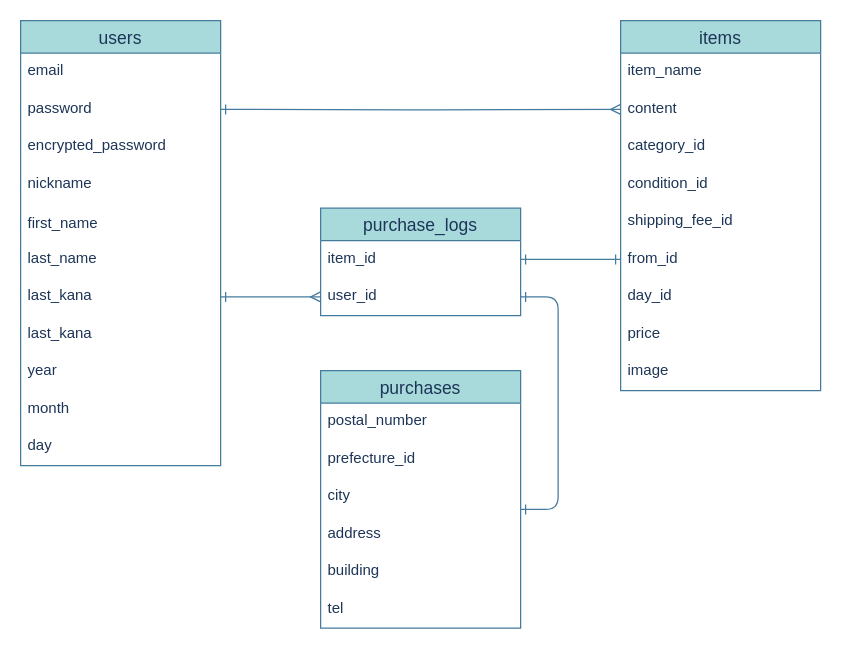
Before: ER.dio in saraya103/furima-35195, a draw.io diagram. Source tidied: cells renumbered, new cells numbered last; positions are measured from the earlier drawing's top-left corner, leaving out a move shared by most shapes. Both pictures are drawn from the tidied source at 125%, with x=0, y=0 at pixel (20, 20).
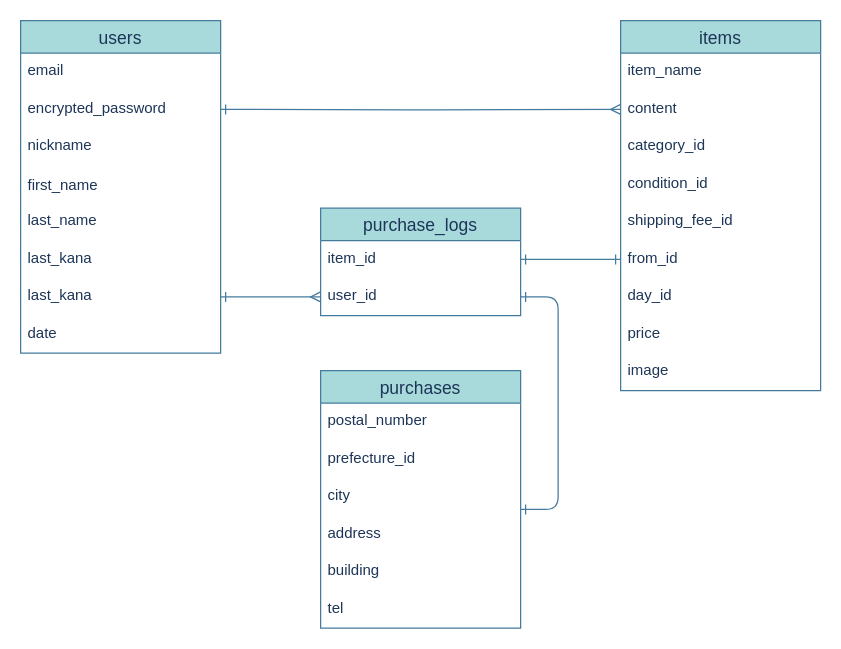
Above is the later version.

Unchanged cells that the change refers to:
```xml
<mxCell id="26" value="user_id" style="text;strokeColor=none;fillColor=none;spacingLeft=4;spacingRight=4;overflow=hidden;points=[[0,0.5],[1,0.5]];portConstraint=eastwest;fontSize=12;fontColor=#1D3557;" parent="24" vertex="1">
  <mxGeometry y="56" width="160" height="30" as="geometry" />
</mxCell>
```

Diff of the diagram source:
```diff
@@
     <mxCell id="2" value="users" style="swimlane;fontStyle=0;horizontal=1;startSize=26;align=center;fontSize=14;fillColor=#A8DADC;strokeColor=#457B9D;fontColor=#1D3557;swimlaneFillColor=#ffffff;" parent="1" vertex="1">
-      <mxGeometry width="160" height="356" as="geometry" />
+      <mxGeometry width="160" height="266" as="geometry" />
     </mxCell>
@@
-    <mxCell id="4" value="password" style="text;strokeColor=none;fillColor=none;spacingLeft=4;spacingRight=4;overflow=hidden;fontSize=12;fontColor=#1D3557;" parent="2" vertex="1">
-      <mxGeometry y="56" width="160" height="30" as="geometry" />
-    </mxCell>
     <mxCell id="5" value="encrypted_password" style="text;strokeColor=none;fillColor=none;spacingLeft=4;spacingRight=4;overflow=hidden;fontSize=12;fontColor=#1D3557;" parent="2" vertex="1">
-      <mxGeometry y="86" width="160" height="30" as="geometry" />
+      <mxGeometry y="56" width="160" height="30" as="geometry" />
     </mxCell>
     <mxCell id="6" value="nickname" style="text;strokeColor=none;fillColor=none;spacingLeft=4;spacingRight=4;overflow=hidden;fontSize=12;fontColor=#1D3557;" parent="2" vertex="1">
-      <mxGeometry y="116" width="160" height="30" as="geometry" />
+      <mxGeometry y="86" width="160" height="30" as="geometry" />
     </mxCell>
     <mxCell id="7" value="first_name" style="text;strokeColor=none;fillColor=none;spacingLeft=4;spacingRight=4;overflow=hidden;fontSize=12;fontColor=#1D3557;spacingTop=2;spacingBottom=1;shadow=1;" parent="2" vertex="1">
-      <mxGeometry y="146" width="160" height="30" as="geometry" />
+      <mxGeometry y="116" width="160" height="30" as="geometry" />
     </mxCell>
     <mxCell id="8" value="last_name" style="text;strokeColor=none;fillColor=none;spacingLeft=4;spacingRight=4;overflow=hidden;fontSize=12;fontColor=#1D3557;" parent="2" vertex="1">
-      <mxGeometry y="176" width="160" height="30" as="geometry" />
+      <mxGeometry y="146" width="160" height="30" as="geometry" />
     </mxCell>
     <mxCell id="9" value="last_kana" style="text;strokeColor=none;fillColor=none;spacingLeft=4;spacingRight=4;overflow=hidden;points=[[0,0.5],[1,0.5]];portConstraint=eastwest;fontSize=12;fontColor=#1D3557;" parent="2" vertex="1">
-      <mxGeometry y="206" width="160" height="30" as="geometry" />
+      <mxGeometry y="176" width="160" height="30" as="geometry" />
     </mxCell>
     <mxCell id="10" value="last_kana" style="text;strokeColor=none;fillColor=none;spacingLeft=4;spacingRight=4;overflow=hidden;points=[[0,0.5],[1,0.5]];portConstraint=eastwest;fontSize=12;fontColor=#1D3557;" parent="2" vertex="1">
-      <mxGeometry y="236" width="160" height="30" as="geometry" />
+      <mxGeometry y="206" width="160" height="30" as="geometry" />
     </mxCell>
-    <mxCell id="11" value="year" style="text;strokeColor=none;fillColor=none;spacingLeft=4;spacingRight=4;overflow=hidden;fontSize=12;fontColor=#1D3557;" parent="2" vertex="1">
-      <mxGeometry y="266" width="160" height="30" as="geometry" />
+    <mxCell id="11" value="date" style="text;strokeColor=none;fillColor=none;spacingLeft=4;spacingRight=4;overflow=hidden;fontSize=12;fontColor=#1D3557;" parent="2" vertex="1">
+      <mxGeometry y="236" width="160" height="30" as="geometry" />
     </mxCell>
-    <mxCell id="12" value="month" style="text;strokeColor=none;fillColor=none;spacingLeft=4;spacingRight=4;overflow=hidden;fontSize=12;fontColor=#1D3557;" parent="2" vertex="1">
-      <mxGeometry y="296" width="160" height="30" as="geometry" />
-    </mxCell>
-    <mxCell id="13" value="day" style="text;strokeColor=none;fillColor=none;spacingLeft=4;spacingRight=4;overflow=hidden;fontSize=12;fontColor=#1D3557;" parent="2" vertex="1">
-      <mxGeometry y="326" width="160" height="30" as="geometry" />
-    </mxCell>
@@
-    <mxCell id="35" style="edgeStyle=orthogonalEdgeStyle;curved=0;rounded=1;sketch=0;jettySize=auto;html=1;exitX=1;exitY=0.5;exitDx=0;exitDy=0;entryX=0;entryY=0.5;entryDx=0;entryDy=0;strokeColor=#457B9D;fillColor=#A8DADC;fontColor=#1D3557;endArrow=ERmany;endFill=0;startArrow=ERone;startFill=0;" parent="1" edge="1" source="9" target="26">
+    <mxCell id="35" style="edgeStyle=orthogonalEdgeStyle;curved=0;rounded=1;sketch=0;jettySize=auto;html=1;exitX=1;exitY=0.5;exitDx=0;exitDy=0;entryX=0;entryY=0.5;entryDx=0;entryDy=0;strokeColor=#457B9D;fillColor=#A8DADC;fontColor=#1D3557;endArrow=ERmany;endFill=0;startArrow=ERone;startFill=0;" parent="1" edge="1" source="10" target="26">
       <mxGeometry relative="1" as="geometry" />
     </mxCell>
```
